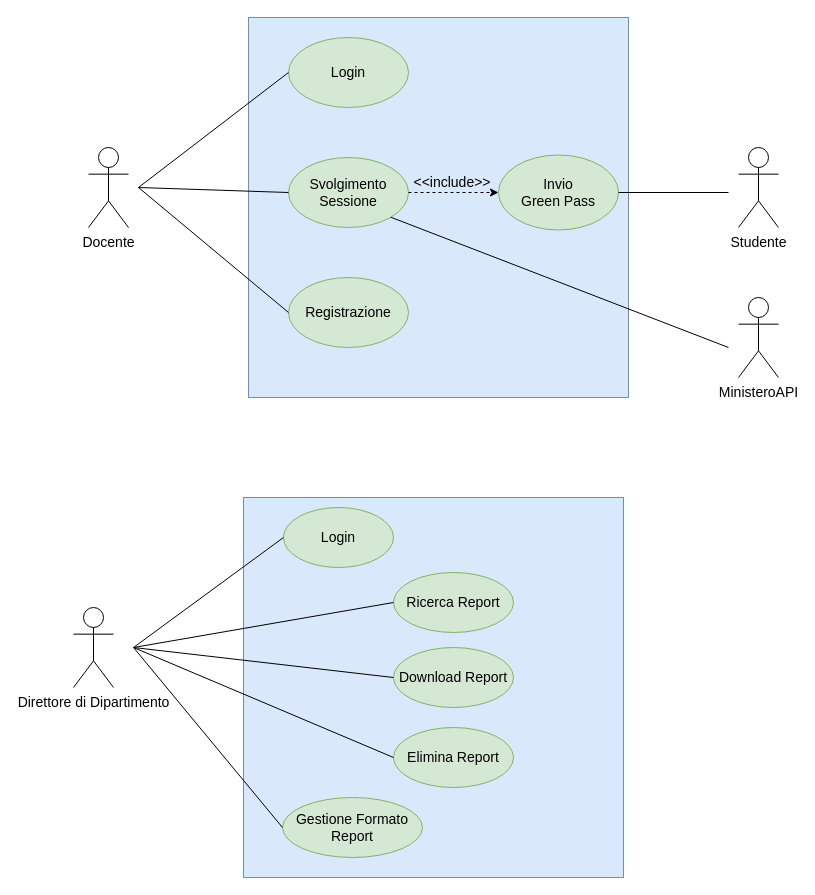
Earlier version of the draw.io diagram Documentazione/Resources/Use Case Model/Use Case Model.drawio (Alberto-00/EasyPass). Source tidied: cells renumbered, new cells numbered last; positions are measured from the earlier drawing's top-left corner, leaving out a move shared by most shapes. Both pictures are drawn from the tidied source at 100%, with x=0, y=0 at pixel (73, 17).
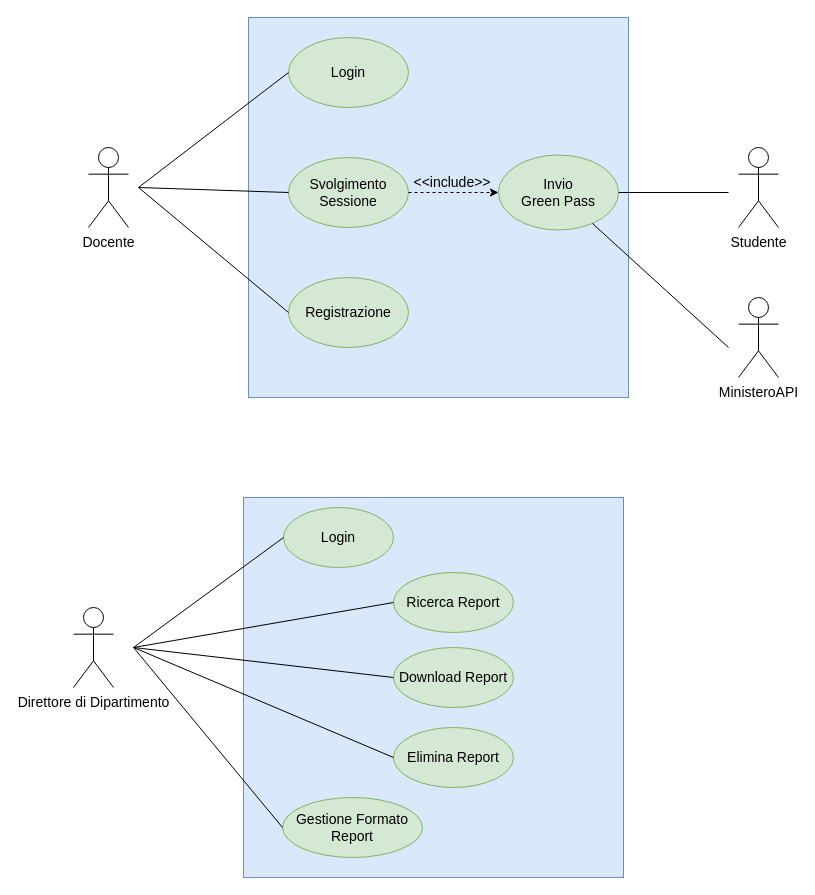
Above is the later version.

The change refers to these unchanged cells:
```xml
<mxCell id="5" value="&lt;font style=&quot;font-size: 14px&quot;&gt;Svolgimento Sessione&lt;/font&gt;" style="ellipse;whiteSpace=wrap;html=1;fillColor=#d5e8d4;strokeColor=#82b366;" parent="1" vertex="1">
  <mxGeometry x="215" y="140" width="120" height="70" as="geometry" />
</mxCell>
<mxCell id="7" value="&lt;font style=&quot;font-size: 14px&quot;&gt;Invio &lt;br&gt;Green Pass&lt;/font&gt;" style="ellipse;whiteSpace=wrap;html=1;fillColor=#d5e8d4;strokeColor=#82b366;" parent="1" vertex="1">
  <mxGeometry x="425" y="137.5" width="120" height="75" as="geometry" />
</mxCell>
```

Diff of the diagram source:
```diff
@@
-    <mxCell id="28" style="endArrow=none;html=1;rounded=0;fontSize=14;entryX=1;entryY=1;entryDx=0;entryDy=0;" parent="1" edge="1" target="5">
+    <mxCell id="28" style="endArrow=none;html=1;rounded=0;fontSize=14;" parent="1" edge="1" target="7">
       <mxGeometry relative="1" as="geometry">
         <mxPoint x="655" y="330" as="sourcePoint" />
       </mxGeometry>
     </mxCell>
```
